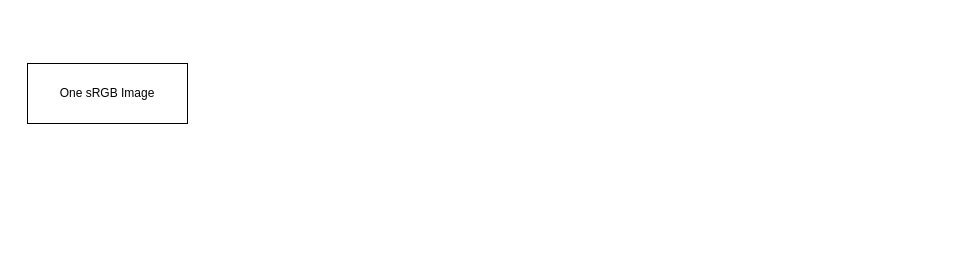
This is 生成人造burst流程图.drawio from yangzheng-yz/DBSR, a draw.io file, before an edit. Source tidied: cells renumbered, new cells numbered last; positions are measured from the earlier drawing's top-left corner, leaving out a move shared by most shapes. Both pictures are drawn from the tidied source at 100%, with x=0, y=0 at pixel (27, 63).
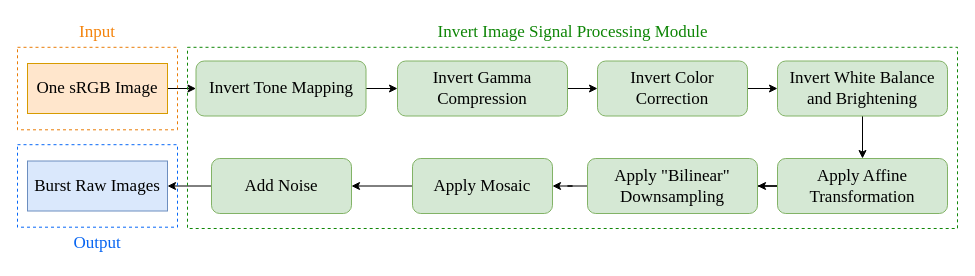
Above is the later version.

Commit message:
更新生成人造burst流程图.drawio

What changed in the source:
```diff
@@
+    <mxCell id="3" style="edgeStyle=orthogonalEdgeStyle;rounded=0;jettySize=auto;html=1;" parent="1" edge="1" source="2" target="5">
+      <mxGeometry relative="1" as="geometry" />
+    </mxCell>
-    <mxCell id="2" value="One sRGB Image" style="rounded=0;whiteSpace=wrap;html=1;" parent="1" vertex="1">
-      <mxGeometry width="160" height="60" as="geometry" />
+    <mxCell id="2" value="&lt;font style=&quot;font-size: 17px;&quot; face=&quot;Times New Roman&quot;&gt;One sRGB Image&lt;/font&gt;" style="rounded=0;whiteSpace=wrap;html=1;fillColor=#ffe6cc;strokeColor=#d79b00;fontSize=17;" parent="1" vertex="1">
+      <mxGeometry width="140" height="50" as="geometry" />
     </mxCell>
+    <mxCell id="4" style="edgeStyle=orthogonalEdgeStyle;rounded=0;jettySize=auto;html=1;" parent="1" edge="1" source="5" target="7">
+      <mxGeometry relative="1" as="geometry" />
+    </mxCell>
+    <mxCell id="5" value="&lt;font style=&quot;font-size: 17px;&quot; face=&quot;Times New Roman&quot;&gt;Invert Tone Mapping&lt;/font&gt;" style="rounded=1;whiteSpace=wrap;html=1;fillColor=#d5e8d4;strokeColor=#82b366;" parent="1" vertex="1">
+      <mxGeometry x="168.5" y="-2.5" width="170" height="55" as="geometry" />
+    </mxCell>
+    <mxCell id="6" style="edgeStyle=orthogonalEdgeStyle;rounded=0;jettySize=auto;html=1;" parent="1" edge="1" source="7" target="9">
+      <mxGeometry relative="1" as="geometry" />
+    </mxCell>
+    <mxCell id="7" value="&lt;font style=&quot;font-size: 17px;&quot; face=&quot;Times New Roman&quot;&gt;Invert Gamma Compression&lt;/font&gt;" style="rounded=1;whiteSpace=wrap;html=1;fillColor=#d5e8d4;strokeColor=#82b366;" parent="1" vertex="1">
+      <mxGeometry x="370" y="-2.5" width="170" height="55" as="geometry" />
+    </mxCell>
+    <mxCell id="8" style="edgeStyle=orthogonalEdgeStyle;rounded=0;jettySize=auto;html=1;" parent="1" edge="1" source="9" target="11">
+      <mxGeometry relative="1" as="geometry" />
+    </mxCell>
+    <mxCell id="9" value="&lt;font style=&quot;font-size: 17px;&quot; face=&quot;Times New Roman&quot;&gt;Invert Color Correction&lt;/font&gt;" style="rounded=1;whiteSpace=wrap;html=1;fillColor=#d5e8d4;strokeColor=#82b366;" parent="1" vertex="1">
+      <mxGeometry x="570" y="-2.5" width="150" height="55" as="geometry" />
+    </mxCell>
+    <mxCell id="10" style="edgeStyle=orthogonalEdgeStyle;rounded=0;jettySize=auto;html=1;" parent="1" edge="1" source="11" target="13">
+      <mxGeometry relative="1" as="geometry" />
+    </mxCell>
+    <mxCell id="11" value="&lt;font style=&quot;font-size: 17px;&quot; face=&quot;Times New Roman&quot;&gt;Invert White Balance and Brightening&lt;/font&gt;" style="rounded=1;whiteSpace=wrap;html=1;fillColor=#d5e8d4;strokeColor=#82b366;" parent="1" vertex="1">
+      <mxGeometry x="750" y="-2.5" width="170" height="55" as="geometry" />
+    </mxCell>
+    <mxCell id="12" style="edgeStyle=orthogonalEdgeStyle;rounded=0;jettySize=auto;html=1;" parent="1" edge="1" source="13" target="19">
+      <mxGeometry relative="1" as="geometry" />
+    </mxCell>
+    <mxCell id="13" value="&lt;font face=&quot;Times New Roman&quot;&gt;&lt;span style=&quot;font-size: 17px;&quot;&gt;Apply Affine Transformation&lt;/span&gt;&lt;/font&gt;" style="rounded=1;whiteSpace=wrap;html=1;fillColor=#d5e8d4;strokeColor=#82b366;" parent="1" vertex="1">
+      <mxGeometry x="750" y="95" width="170" height="55" as="geometry" />
+    </mxCell>
+    <mxCell id="14" style="edgeStyle=orthogonalEdgeStyle;rounded=0;jettySize=auto;html=1;" parent="1" edge="1" source="15" target="17">
+      <mxGeometry relative="1" as="geometry" />
+    </mxCell>
+    <mxCell id="15" value="&lt;font face=&quot;Times New Roman&quot;&gt;&lt;span style=&quot;font-size: 17px;&quot;&gt;Apply Mosaic&lt;/span&gt;&lt;/font&gt;" style="rounded=1;whiteSpace=wrap;html=1;fillColor=#d5e8d4;strokeColor=#82b366;" parent="1" vertex="1">
+      <mxGeometry x="385" y="95" width="140" height="55" as="geometry" />
+    </mxCell>
+    <mxCell id="16" style="edgeStyle=orthogonalEdgeStyle;rounded=0;jettySize=auto;html=1;" parent="1" edge="1" source="17" target="20">
+      <mxGeometry relative="1" as="geometry" />
+    </mxCell>
+    <mxCell id="17" value="&lt;font face=&quot;Times New Roman&quot;&gt;&lt;span style=&quot;font-size: 17px;&quot;&gt;Add Noise&lt;/span&gt;&lt;/font&gt;" style="rounded=1;whiteSpace=wrap;html=1;fillColor=#d5e8d4;strokeColor=#82b366;" parent="1" vertex="1">
+      <mxGeometry x="184" y="95" width="140" height="55" as="geometry" />
+    </mxCell>
+    <mxCell id="18" style="edgeStyle=orthogonalEdgeStyle;rounded=0;jettySize=auto;html=1;" parent="1" edge="1" source="19" target="15">
+      <mxGeometry relative="1" as="geometry" />
+    </mxCell>
+    <mxCell id="19" value="&lt;font face=&quot;Times New Roman&quot;&gt;&lt;span style=&quot;font-size: 17px;&quot;&gt;Apply &quot;Bilinear&quot; Downsampling&lt;/span&gt;&lt;/font&gt;" style="rounded=1;whiteSpace=wrap;html=1;fillColor=#d5e8d4;strokeColor=#82b366;" parent="1" vertex="1">
+      <mxGeometry x="560" y="95" width="170" height="55" as="geometry" />
+    </mxCell>
+    <mxCell id="20" value="&lt;font style=&quot;font-size: 17px;&quot; face=&quot;Times New Roman&quot;&gt;Burst Raw Images&lt;/font&gt;" style="rounded=0;whiteSpace=wrap;html=1;fillColor=#dae8fc;strokeColor=#6c8ebf;fontSize=17;" parent="1" vertex="1">
+      <mxGeometry y="97.5" width="140" height="50" as="geometry" />
+    </mxCell>
+    <mxCell id="21" style="rounded=0;whiteSpace=wrap;html=1;fillColor=none;dashed=1;strokeColor=#e97c07;" parent="1" vertex="1">
+      <mxGeometry x="-10" y="-16.2" width="160" height="82.5" as="geometry" />
+    </mxCell>
+    <mxCell id="22" style="rounded=0;whiteSpace=wrap;html=1;fillColor=none;dashed=1;strokeColor=#0868f7;" parent="1" vertex="1">
+      <mxGeometry x="-10" y="81.2" width="160" height="82.5" as="geometry" />
+    </mxCell>
+    <mxCell id="23" style="rounded=0;whiteSpace=wrap;html=1;fillColor=none;dashed=1;strokeColor=#108708;" parent="1" vertex="1">
+      <mxGeometry x="160" y="-16.2" width="770" height="181.2" as="geometry" />
+    </mxCell>
+    <mxCell id="24" value="&lt;font style=&quot;font-size: 17px;&quot; face=&quot;Times New Roman&quot;&gt;Input&lt;/font&gt;" style="text;html=1;strokeColor=none;fillColor=none;align=center;verticalAlign=middle;whiteSpace=wrap;rounded=0;fontColor=#f4830b;" parent="1" vertex="1">
+      <mxGeometry x="40" y="-46.2" width="60" height="30" as="geometry" />
+    </mxCell>
+    <mxCell id="25" value="&lt;font style=&quot;font-size: 17px;&quot; face=&quot;Times New Roman&quot;&gt;Output&lt;/font&gt;" style="text;html=1;strokeColor=none;fillColor=none;align=center;verticalAlign=middle;whiteSpace=wrap;rounded=0;fontColor=#0765f2;" parent="1" vertex="1">
+      <mxGeometry x="40" y="165" width="60" height="30" as="geometry" />
+    </mxCell>
+    <mxCell id="26" value="&lt;font style=&quot;font-size: 17px;&quot; face=&quot;Times New Roman&quot;&gt;Invert Image Signal Processing Module&lt;/font&gt;" style="text;html=1;strokeColor=none;fillColor=none;align=center;verticalAlign=middle;whiteSpace=wrap;rounded=0;fontColor=#0d8505;" parent="1" vertex="1">
+      <mxGeometry x="397.5" y="-46.2" width="295" height="30" as="geometry" />
+    </mxCell>
```
